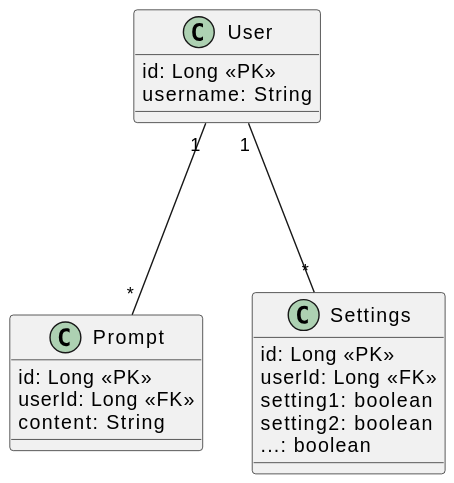
This is Dokumentation/DB_ERD.svg from 2426-itp-ahitm/andromeda, a PlantUML export, as it was before one commit. Source of this version:
```plantuml
@startuml
class Prompt {
id: Long <<PK>>
userId: Long <<FK>>
content: String
}

class User {
id: Long <<PK>>
username: String
}

class Settings {
id: Long <<PK>>
userId: Long <<FK>>
setting1: boolean
setting2: boolean
...: boolean
}

User "1"---"*" Prompt
User "1"---"*" Settings
@enduml
```
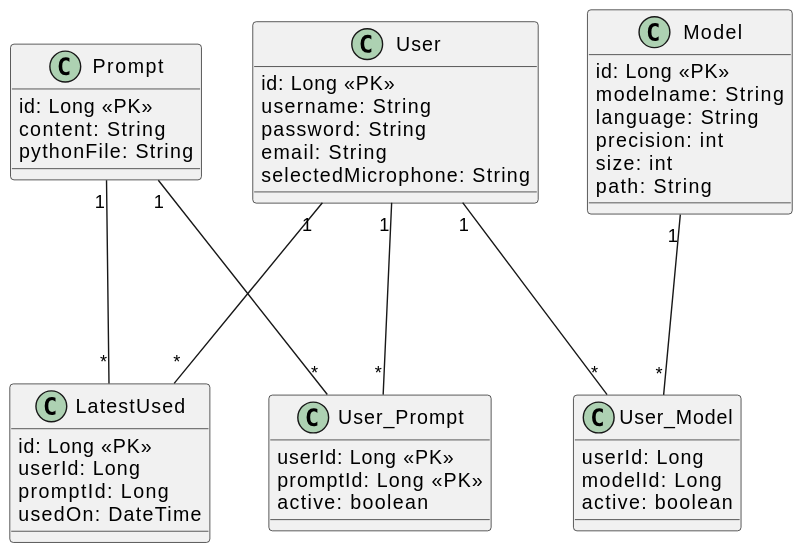
Above is the later version.

What changed in the source:
```diff
@@ -1,23 +1,50 @@
 @startuml
 class Prompt {
 id: Long <<PK>>
-userId: Long <<FK>>
 content: String
+pythonFile: String
 }
 
 class User {
 id: Long <<PK>>
 username: String
+password: String
+email: String
+selectedMicrophone: String
 }
 
-class Settings {
-id: Long <<PK>>
-userId: Long <<FK>>
-setting1: boolean
-setting2: boolean
-...: boolean
+class User_Prompt {
+userId: Long <<PK>>
+promptId: Long <<PK>>
+active: boolean
 }
 
-User "1"---"*" Prompt
-User "1"---"*" Settings
+class LatestUsed {
+id: Long <<PK>>
+userId: Long
+promptId: Long
+usedOn: DateTime
+}
+
+class Model {
+id: Long <<PK>>
+modelname: String
+language: String
+precision: int
+size: int
+path: String
+}
+
+class User_Model {
+userId: Long
+modelId: Long
+active: boolean
+}
+
+User "1"---"*" User_Prompt
+Prompt "1"---"*" User_Prompt
+User "1"---"*" LatestUsed
+Prompt "1"---"*" LatestUsed
+User "1"---"*" User_Model
+Model "1"---"*" User_Model
 @enduml
```
